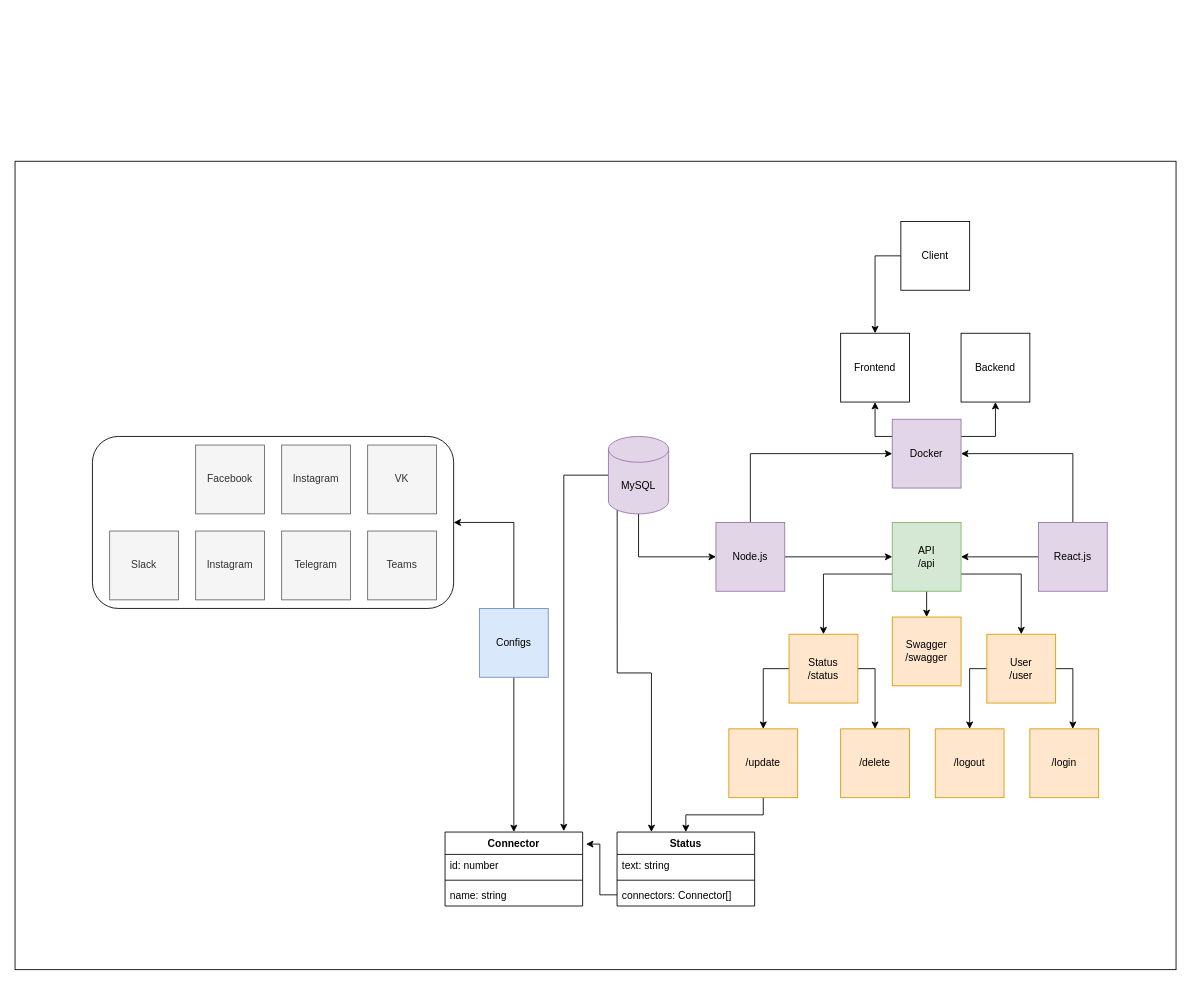
This is design/arch.drawio from digitable-lol/status-joiner, a draw.io file, before an edit. Source tidied: cells renumbered, new cells numbered last; positions are measured from the earlier drawing's top-left corner, leaving out a move shared by most shapes. Both pictures are drawn from the tidied source at 86%, with x=0, y=0 at pixel (15, 161).
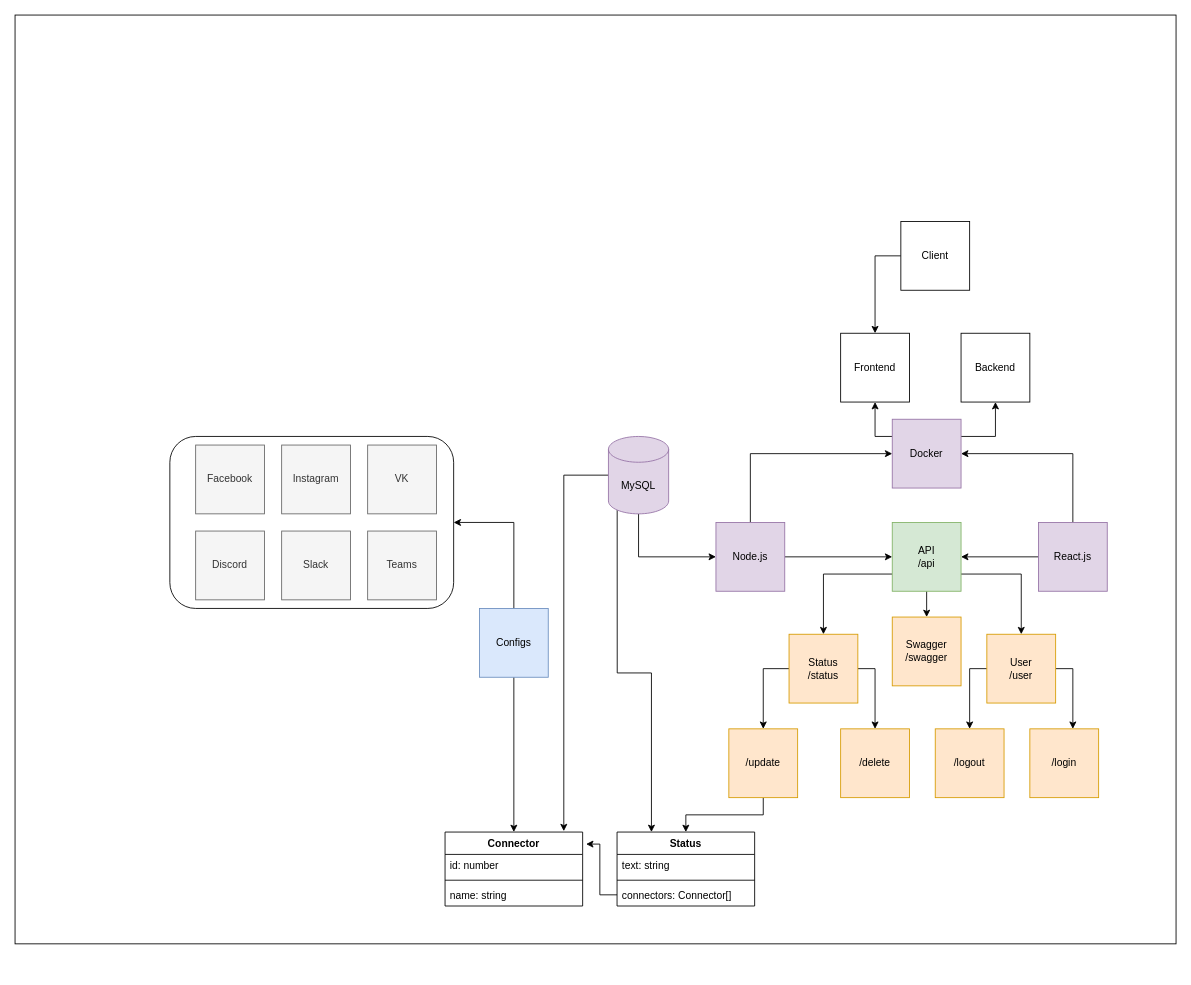
After the change.

What changed in the source:
```diff
@@
     <mxCell id="2" style="rounded=0;whiteSpace=wrap;html=1;" parent="1" vertex="1">
-      <mxGeometry width="1350" height="940" as="geometry" />
+      <mxGeometry y="-170" width="1350" height="1080" as="geometry" />
     </mxCell>
     <mxCell id="3" style="rounded=1;whiteSpace=wrap;html=1;" parent="1" vertex="1">
-      <mxGeometry x="90" y="320" width="420" height="200" as="geometry" />
+      <mxGeometry x="180" y="320" width="330" height="200" as="geometry" />
     </mxCell>
@@
-    <mxCell id="51" value="Telegram" style="whiteSpace=wrap;html=1;fillColor=#f5f5f5;strokeColor=#666666;fontColor=#333333;" parent="1" vertex="1">
-      <mxGeometry x="310" y="430" width="80" height="80" as="geometry" />
-    </mxCell>
-    <mxCell id="52" value="Instagram" style="whiteSpace=wrap;html=1;fillColor=#f5f5f5;strokeColor=#666666;fontColor=#333333;" parent="1" vertex="1">
+    <mxCell id="52" value="Discord" style="whiteSpace=wrap;html=1;fillColor=#f5f5f5;strokeColor=#666666;fontColor=#333333;" parent="1" vertex="1">
       <mxGeometry x="210" y="430" width="80" height="80" as="geometry" />
     </mxCell>
@@
     <mxCell id="54" value="Slack" style="whiteSpace=wrap;html=1;fillColor=#f5f5f5;strokeColor=#666666;fontColor=#333333;" parent="1" vertex="1">
-      <mxGeometry x="110" y="430" width="80" height="80" as="geometry" />
+      <mxGeometry x="310" y="430" width="80" height="80" as="geometry" />
     </mxCell>
```
